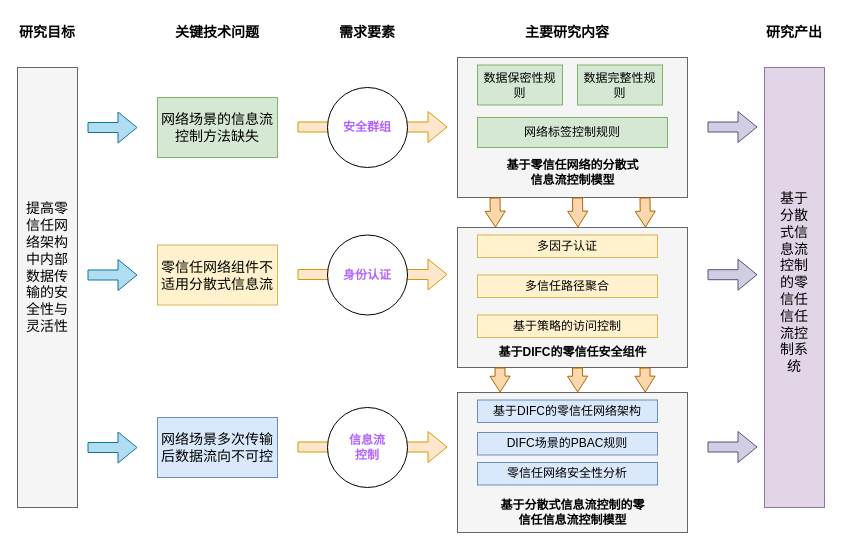
This is 研究内容框架.drawio from ZhuShouCheng/notebook, a draw.io file, before an edit. Source tidied: cells renumbered, new cells numbered last; positions are measured from the earlier drawing's top-left corner, leaving out a move shared by most shapes. Both pictures are drawn from the tidied source at 100%, with x=0, y=0 at pixel (17, 17).
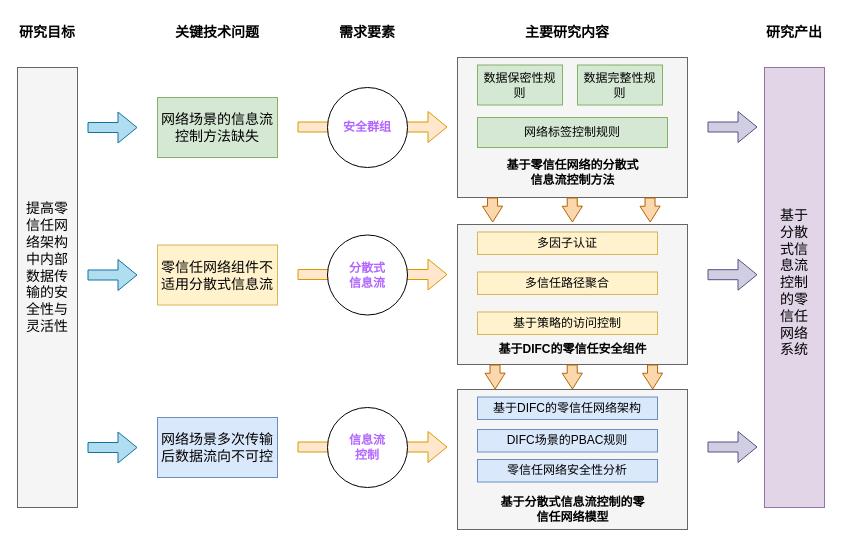
Above is the later version.

Commit message:
更新研究内容框架.drawio

What changed in the source:
```diff
@@
-    <mxCell id="15" value="&lt;font color=&quot;#b266ff&quot;&gt;&lt;b&gt;身份认证&lt;/b&gt;&lt;/font&gt;" style="ellipse;whiteSpace=wrap;html=1;" parent="1" vertex="1">
+    <mxCell id="15" value="&lt;font color=&quot;#b266ff&quot;&gt;&lt;b&gt;分散式&lt;br&gt;信息流&lt;/b&gt;&lt;/font&gt;" style="ellipse;whiteSpace=wrap;html=1;" parent="1" vertex="1">
       <mxGeometry x="310" y="217.5" width="80" height="80" as="geometry" />
     </mxCell>
@@
-    <mxCell id="20" value="&lt;b&gt;基于零信任网络的分散式信息流控制模型&lt;/b&gt;" style="text;html=1;strokeColor=none;fillColor=none;align=center;verticalAlign=middle;whiteSpace=wrap;rounded=0;" parent="1" vertex="1">
+    <mxCell id="20" value="&lt;b&gt;基于零信任网络的分散式信息流控制方法&lt;/b&gt;" style="text;html=1;strokeColor=none;fillColor=none;align=center;verticalAlign=middle;whiteSpace=wrap;rounded=0;" parent="1" vertex="1">
       <mxGeometry x="482.5" y="140" width="145" height="30" as="geometry" />
     </mxCell>
@@
     <mxCell id="24" style="rounded=0;whiteSpace=wrap;html=1;fillColor=#f5f5f5;fontColor=#333333;strokeColor=#666666;" parent="1" vertex="1">
-      <mxGeometry x="440" y="210" width="230" height="140" as="geometry" />
+      <mxGeometry x="440" y="207" width="230" height="140" as="geometry" />
     </mxCell>
     <mxCell id="25" value="&lt;b&gt;基于DIFC的零信任安全组件&lt;/b&gt;" style="text;html=1;strokeColor=none;fillColor=none;align=center;verticalAlign=middle;whiteSpace=wrap;rounded=0;" parent="1" vertex="1">
-      <mxGeometry x="477.5" y="320" width="155" height="30" as="geometry" />
+      <mxGeometry x="477.5" y="317" width="155" height="30" as="geometry" />
     </mxCell>
     <mxCell id="26" value="多因子认证" style="rounded=0;whiteSpace=wrap;html=1;fillColor=#fff2cc;strokeColor=#d6b656;" parent="1" vertex="1">
-      <mxGeometry x="460" y="217.5" width="180" height="22.5" as="geometry" />
+      <mxGeometry x="460" y="214.5" width="180" height="22.5" as="geometry" />
     </mxCell>
     <mxCell id="27" value="多信任路径聚合" style="rounded=0;whiteSpace=wrap;html=1;fillColor=#fff2cc;strokeColor=#d6b656;" parent="1" vertex="1">
-      <mxGeometry x="460" y="257.5" width="180" height="22.5" as="geometry" />
+      <mxGeometry x="460" y="254.5" width="180" height="22.5" as="geometry" />
     </mxCell>
     <mxCell id="28" value="基于策略的访问控制" style="rounded=0;whiteSpace=wrap;html=1;fillColor=#fff2cc;strokeColor=#d6b656;" parent="1" vertex="1">
-      <mxGeometry x="460" y="297.5" width="180" height="22.5" as="geometry" />
+      <mxGeometry x="460" y="294.5" width="180" height="22.5" as="geometry" />
     </mxCell>
     <mxCell id="29" style="rounded=0;whiteSpace=wrap;html=1;fillColor=#f5f5f5;fontColor=#333333;strokeColor=#666666;" parent="1" vertex="1">
-      <mxGeometry x="440" y="375" width="230" height="140" as="geometry" />
+      <mxGeometry x="440" y="372" width="230" height="140" as="geometry" />
     </mxCell>
-    <mxCell id="30" value="&lt;b&gt;基于分散式信息流控制的零信任信息流控制模型&lt;/b&gt;" style="text;html=1;strokeColor=none;fillColor=none;align=center;verticalAlign=middle;whiteSpace=wrap;rounded=0;" parent="1" vertex="1">
-      <mxGeometry x="477.5" y="480" width="155" height="30" as="geometry" />
+    <mxCell id="30" value="&lt;b&gt;基于分散式信息流控制的零信任网络模型&lt;/b&gt;" style="text;html=1;strokeColor=none;fillColor=none;align=center;verticalAlign=middle;whiteSpace=wrap;rounded=0;" parent="1" vertex="1">
+      <mxGeometry x="477.5" y="477" width="155" height="30" as="geometry" />
     </mxCell>
     <mxCell id="31" value="基于DIFC的零信任网络架构" style="rounded=0;whiteSpace=wrap;html=1;fillColor=#dae8fc;strokeColor=#6c8ebf;" parent="1" vertex="1">
-      <mxGeometry x="460" y="382.5" width="180" height="22.5" as="geometry" />
+      <mxGeometry x="460" y="379.5" width="180" height="22.5" as="geometry" />
     </mxCell>
     <mxCell id="32" value="DIFC场景的PBAC规则" style="rounded=0;whiteSpace=wrap;html=1;fillColor=#dae8fc;strokeColor=#6c8ebf;" parent="1" vertex="1">
-      <mxGeometry x="460" y="415" width="180" height="22.5" as="geometry" />
+      <mxGeometry x="460" y="412" width="180" height="22.5" as="geometry" />
     </mxCell>
     <mxCell id="33" value="零信任网络安全性分析" style="rounded=0;whiteSpace=wrap;html=1;fillColor=#dae8fc;strokeColor=#6c8ebf;" parent="1" vertex="1">
-      <mxGeometry x="460" y="445" width="180" height="22.5" as="geometry" />
+      <mxGeometry x="460" y="442" width="180" height="22.5" as="geometry" />
     </mxCell>
@@
-    <mxCell id="35" value="&lt;font style=&quot;font-size: 14px;&quot;&gt;基于分散式信息流控制的零信任信任流控制系统&lt;/font&gt;" style="text;html=1;strokeColor=none;fillColor=none;align=center;verticalAlign=middle;whiteSpace=wrap;rounded=0;" parent="1" vertex="1">
+    <mxCell id="35" value="&lt;font style=&quot;font-size: 14px;&quot;&gt;基于分散式信息流控制的零信任网络系统&lt;/font&gt;" style="text;html=1;strokeColor=none;fillColor=none;align=center;verticalAlign=middle;whiteSpace=wrap;rounded=0;" parent="1" vertex="1">
       <mxGeometry x="759" y="170" width="36" height="190" as="geometry" />
     </mxCell>
@@
     <mxCell id="41" style="shape=flexArrow;endArrow=classic;html=1;rounded=0;endWidth=9.2;endSize=4.932;fillColor=#fad7ac;strokeColor=#b46504;" parent="1" edge="1">
       <mxGeometry relative="1" as="geometry">
-        <mxPoint x="482.5" y="350" as="sourcePoint" />
-        <mxPoint x="482.7" y="375" as="targetPoint" />
+        <mxPoint x="477.5" y="347" as="sourcePoint" />
+        <mxPoint x="477.7" y="372" as="targetPoint" />
       </mxGeometry>
     </mxCell>
     <mxCell id="42" style="shape=flexArrow;endArrow=classic;html=1;rounded=0;endWidth=9.2;endSize=4.932;fillColor=#fad7ac;strokeColor=#b46504;" parent="1" edge="1">
       <mxGeometry relative="1" as="geometry">
-        <mxPoint x="560" y="350" as="sourcePoint" />
-        <mxPoint x="560.2" y="375" as="targetPoint" />
+        <mxPoint x="554.7" y="347" as="sourcePoint" />
+        <mxPoint x="554.9" y="372" as="targetPoint" />
       </mxGeometry>
     </mxCell>
     <mxCell id="43" style="shape=flexArrow;endArrow=classic;html=1;rounded=0;endWidth=9.2;endSize=4.932;fillColor=#fad7ac;strokeColor=#b46504;" parent="1" edge="1">
       <mxGeometry relative="1" as="geometry">
-        <mxPoint x="627.5" y="350" as="sourcePoint" />
-        <mxPoint x="627.7" y="375" as="targetPoint" />
+        <mxPoint x="635" y="347" as="sourcePoint" />
+        <mxPoint x="635.2" y="372" as="targetPoint" />
       </mxGeometry>
     </mxCell>
-    <mxCell id="44" style="shape=flexArrow;endArrow=classic;html=1;rounded=0;endWidth=9.2;endSize=4.932;fillColor=#fad7ac;strokeColor=#b46504;" parent="1" edge="1">
-      <mxGeometry relative="1" as="geometry">
-        <mxPoint x="477.5" y="180" as="sourcePoint" />
-        <mxPoint x="478" y="210" as="targetPoint" />
-      </mxGeometry>
-    </mxCell>
-    <mxCell id="45" style="shape=flexArrow;endArrow=classic;html=1;rounded=0;endWidth=9.2;endSize=4.932;fillColor=#fad7ac;strokeColor=#b46504;" parent="1" edge="1">
-      <mxGeometry relative="1" as="geometry">
-        <mxPoint x="560" y="180" as="sourcePoint" />
-        <mxPoint x="560.5" y="210" as="targetPoint" />
-      </mxGeometry>
-    </mxCell>
-    <mxCell id="46" style="shape=flexArrow;endArrow=classic;html=1;rounded=0;endWidth=9.2;endSize=4.932;fillColor=#fad7ac;strokeColor=#b46504;" parent="1" edge="1">
-      <mxGeometry relative="1" as="geometry">
-        <mxPoint x="627.5" y="180" as="sourcePoint" />
-        <mxPoint x="628" y="210" as="targetPoint" />
-      </mxGeometry>
-    </mxCell>
+    <mxCell id="47" style="shape=flexArrow;endArrow=classic;html=1;rounded=0;endWidth=9.2;endSize=4.932;fillColor=#fad7ac;strokeColor=#b46504;" parent="1" edge="1">
+      <mxGeometry relative="1" as="geometry">
+        <mxPoint x="475" y="180" as="sourcePoint" />
+        <mxPoint x="475.2" y="205" as="targetPoint" />
+      </mxGeometry>
+    </mxCell>
+    <mxCell id="48" style="shape=flexArrow;endArrow=classic;html=1;rounded=0;endWidth=9.2;endSize=4.932;fillColor=#fad7ac;strokeColor=#b46504;" parent="1" edge="1">
+      <mxGeometry relative="1" as="geometry">
+        <mxPoint x="554.7" y="180" as="sourcePoint" />
+        <mxPoint x="554.9" y="205" as="targetPoint" />
+      </mxGeometry>
+    </mxCell>
+    <mxCell id="49" style="shape=flexArrow;endArrow=classic;html=1;rounded=0;endWidth=9.2;endSize=4.932;fillColor=#fad7ac;strokeColor=#b46504;" parent="1" edge="1">
+      <mxGeometry relative="1" as="geometry">
+        <mxPoint x="632.5" y="180" as="sourcePoint" />
+        <mxPoint x="632.7" y="205" as="targetPoint" />
+      </mxGeometry>
+    </mxCell>
```
